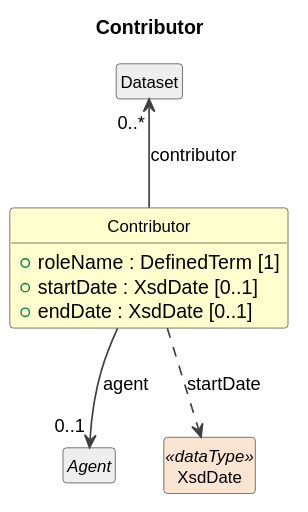
The PlantUML diagram cdif-uml-model/_plantuml/cdifDataStructure/Classes/Contributor.svg in Cross-Domain-Interoperability-Framework/metadataBuildingBlocks, before a commit.
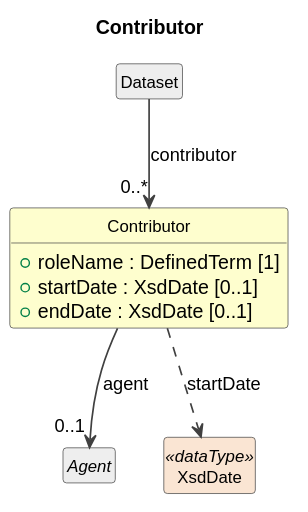
Above is the later version.

Change to the diagram source:
```diff
@@ -16,7 +16,7 @@
   +endDate : XsdDate [0..1]
 }
 class "Dataset" as Dataset #EEEEEE
-Dataset "0..*" <-- Contributor : contributor
+Dataset --> "0..*" Contributor : contributor
 abstract class "Agent" as Agent #EEEEEE
 Contributor --> "0..1" Agent : agent
 class "XsdDate" as XsdDate <<dataType>> #FAE5D3
```
